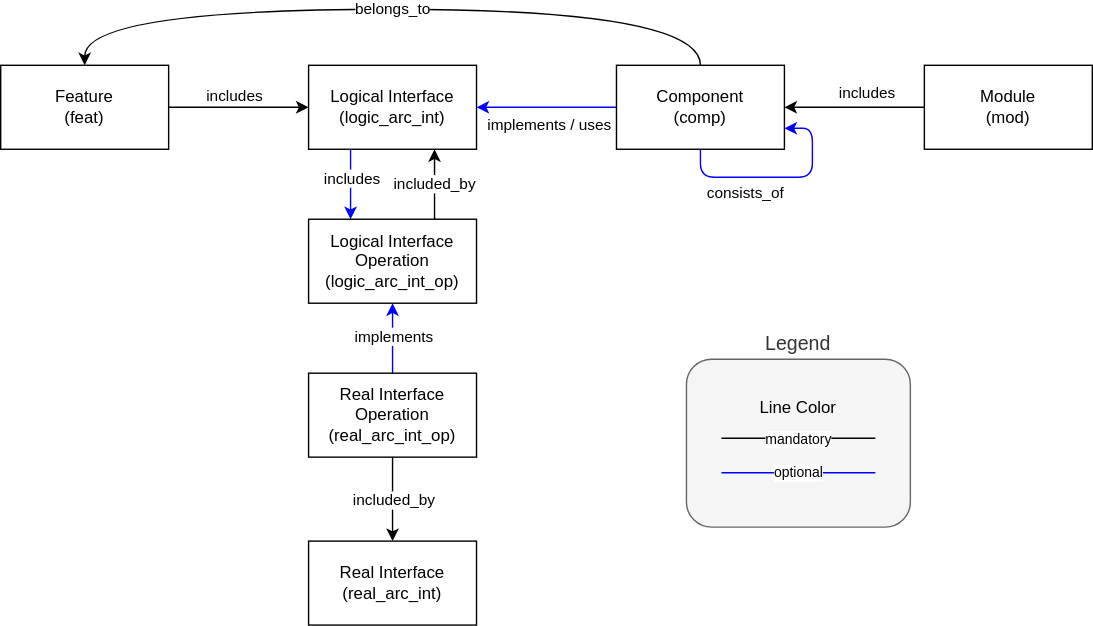
This is pr-754/_images/metamodel_architectural_design.drawio.svg from eclipse-score/process_description, a draw.io export, as it was before one commit. Source tidied: cells renumbered, new cells last; positions are measured from the earlier drawing's top-left corner, leaving out a move shared by most shapes.
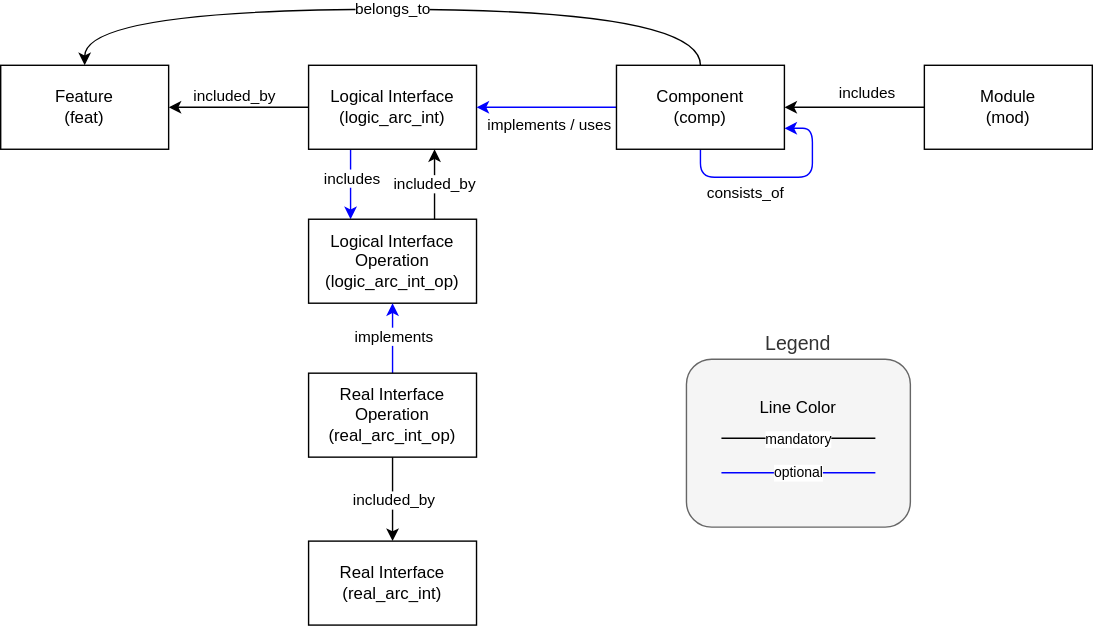
After the commit.

Change to the diagram source:
```diff
@@ -2,10 +2,10 @@
   <root>
     <mxCell id="0" />
     <mxCell id="1" parent="0" />
-    <mxCell id="2" style="edgeStyle=orthogonalEdgeStyle;rounded=0;jettySize=auto;html=1;" parent="1" edge="1" source="5" target="8">
+    <mxCell id="2" style="edgeStyle=orthogonalEdgeStyle;rounded=0;jettySize=auto;html=1;endArrow=none;endFill=0;startArrow=classic;startFill=1;" parent="1" edge="1" source="5" target="8">
       <mxGeometry relative="1" as="geometry" />
     </mxCell>
-    <mxCell id="3" value="includes" style="edgeLabel;html=1;align=center;verticalAlign=bottom;labelBackgroundColor=default;" parent="2" vertex="1">
+    <mxCell id="3" value="included_by" style="edgeLabel;html=1;align=center;verticalAlign=bottom;labelBackgroundColor=default;" parent="2" vertex="1">
       <mxGeometry x="0.3" y="-1" relative="1" as="geometry">
         <mxPoint x="-19" y="-1" as="offset" />
       </mxGeometry>
```
